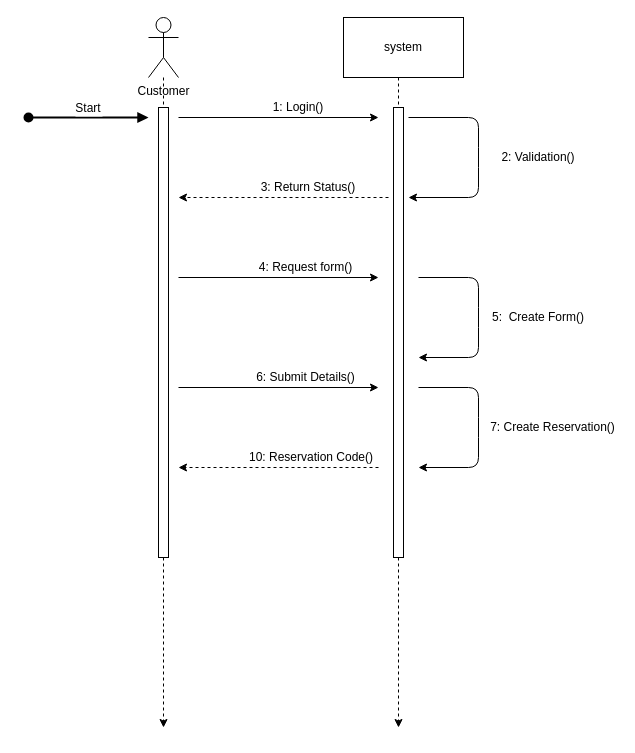
abdelrhmanabdelhaie/learnGit keeps this draw.io diagram as Restaurant - Sequence Diagram.drawio. Above is the earlier version. Source tidied: cells renumbered, new cells numbered last; positions are measured from the earlier drawing's top-left corner, leaving out a move shared by most shapes. Both pictures are drawn from the tidied source at 100%, with x=0, y=0 at pixel (28, 17).
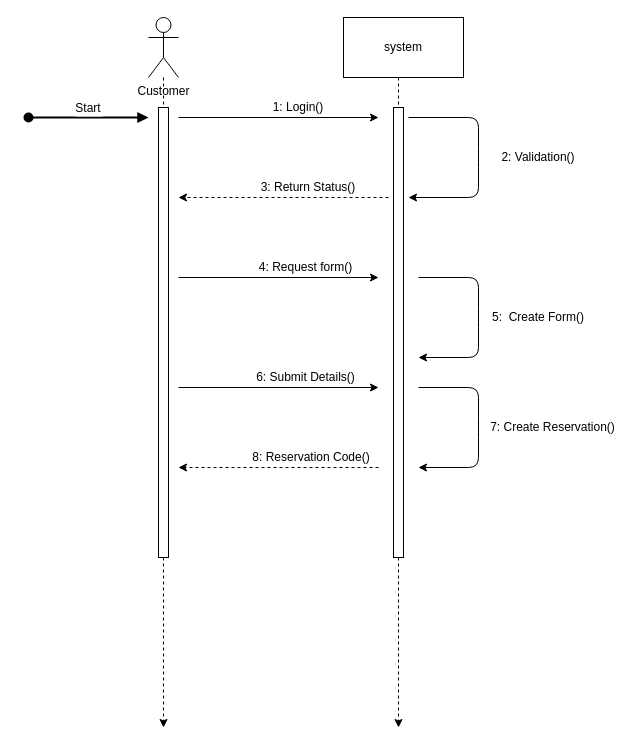
Above is the later version.

What changed in the source:
```diff
@@
-    <mxCell id="23" value="10: Reservation&amp;nbsp;Code()" style="text;html=1;strokeColor=none;fillColor=none;align=center;verticalAlign=middle;whiteSpace=wrap;rounded=0;" parent="1" vertex="1">
+    <mxCell id="23" value="8: Reservation&amp;nbsp;Code()" style="text;html=1;strokeColor=none;fillColor=none;align=center;verticalAlign=middle;whiteSpace=wrap;rounded=0;" parent="1" vertex="1">
       <mxGeometry x="210" y="430" width="145.5" height="20" as="geometry" />
     </mxCell>
```
